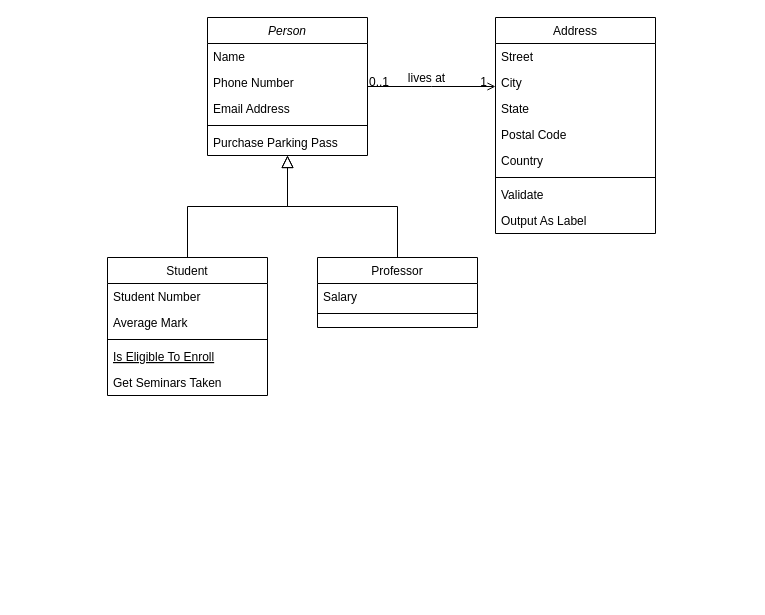
This is Untitled Diagram.drawio from levgenix/It_One, a draw.io file, before an edit. Source tidied: cells renumbered, new cells numbered last; positions are measured from the earlier drawing's top-left corner, leaving out a move shared by most shapes. Both pictures are drawn from the tidied source at 100%, with x=0, y=0 at pixel (107, 17).
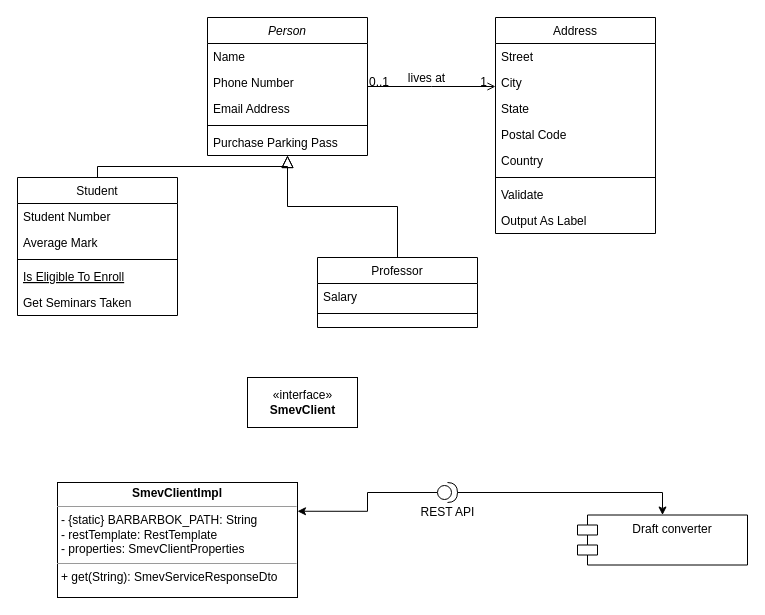
The same page after the edit.

Commit message:
Smev converter

What changed in the source:
```diff
@@
     <mxCell id="8" value="Student" style="swimlane;fontStyle=0;align=center;verticalAlign=top;horizontal=1;startSize=26;rounded=0;shadow=0;strokeWidth=1;" parent="1" vertex="1">
-      <mxGeometry y="240" width="160" height="138" as="geometry" />
+      <mxGeometry x="-90" y="160" width="160" height="138" as="geometry" />
     </mxCell>
@@
+    <mxCell id="32" style="edgeStyle=orthogonalEdgeStyle;rounded=0;jettySize=auto;html=1;exitX=0;exitY=0.5;exitDx=0;exitDy=0;entryX=1;entryY=0.25;entryDx=0;entryDy=0;exitPerimeter=0;" parent="1" edge="1" source="37" target="33">
+      <mxGeometry relative="1" as="geometry" />
+    </mxCell>
+    <mxCell id="33" value="&lt;p style=&quot;margin: 0px ; margin-top: 4px ; text-align: center&quot;&gt;&lt;b&gt;SmevClientImpl&lt;/b&gt;&lt;br&gt;&lt;/p&gt;&lt;hr size=&quot;1&quot;&gt;&lt;p style=&quot;margin: 0px ; margin-left: 4px&quot;&gt;- {static} BARBARBOK_PATH: String&lt;/p&gt;&lt;p style=&quot;margin: 0px ; margin-left: 4px&quot;&gt;-&amp;nbsp;restTemplate:&amp;nbsp;RestTemplate&lt;br&gt;- properties: SmevClientProperties&lt;/p&gt;&lt;hr size=&quot;1&quot;&gt;&lt;p style=&quot;margin: 0px ; margin-left: 4px&quot;&gt;+ get(String): SmevServiceResponseDto&lt;/p&gt;" style="verticalAlign=top;align=left;overflow=fill;fontSize=12;fontFamily=Helvetica;html=1;" parent="1" vertex="1">
+      <mxGeometry x="-50" y="465" width="240" height="115" as="geometry" />
+    </mxCell>
+    <mxCell id="34" value="«interface»&lt;br&gt;&lt;b&gt;SmevClient&lt;/b&gt;" style="html=1;" parent="1" vertex="1">
+      <mxGeometry x="140" y="360" width="110" height="50" as="geometry" />
+    </mxCell>
+    <mxCell id="35" value="Draft converter" style="shape=module;align=left;spacingLeft=20;align=center;verticalAlign=top;" parent="1" vertex="1">
+      <mxGeometry x="470" y="497.5" width="170" height="50" as="geometry" />
+    </mxCell>
+    <mxCell id="36" style="edgeStyle=orthogonalEdgeStyle;rounded=0;jettySize=auto;html=1;exitX=1;exitY=0.5;exitDx=0;exitDy=0;exitPerimeter=0;" parent="1" edge="1" source="37" target="35">
+      <mxGeometry relative="1" as="geometry" />
+    </mxCell>
+    <mxCell id="37" value="REST API" style="shape=providedRequiredInterface;html=1;verticalLabelPosition=bottom;sketch=0;" parent="1" vertex="1">
+      <mxGeometry x="330" y="465" width="20" height="20" as="geometry" />
+    </mxCell>
```
